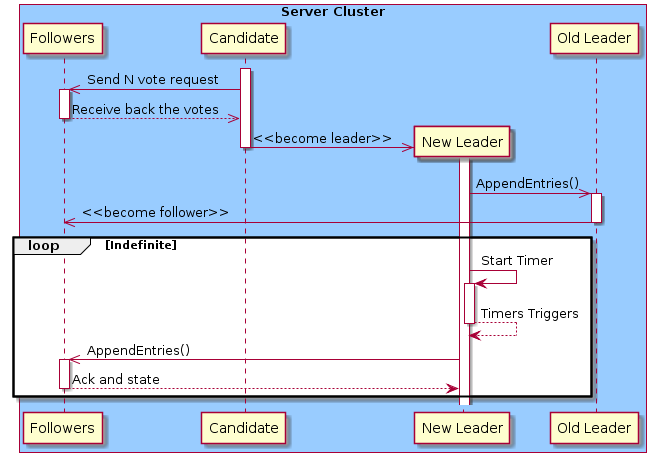
Before: doc/plantuml/rendered/seqDiagrams/LeaderElection.png, a diagram exported from PlantUML (thedevstone/akka-raft).
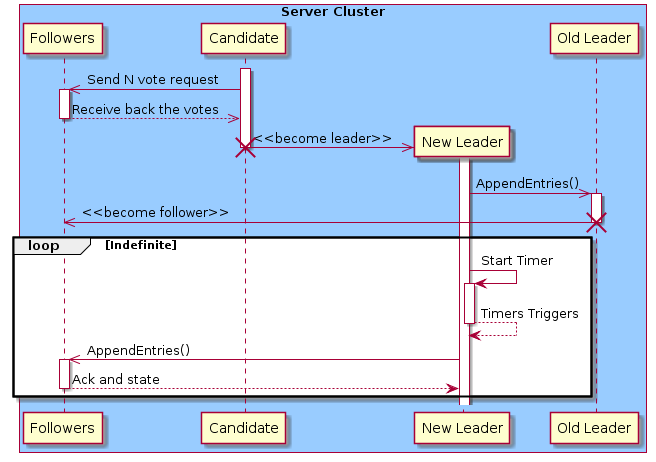
Above is the later version.

Commit message:
Fixed diagram added destroy

What changed in the source:
```diff
@@ -13,12 +13,14 @@
   deactivate Followers
 
   Candidate ->> Leader ** : <<become leader>>
+  destroy Candidate
   deactivate Candidate
   activate Leader
   deactivate Candidate
   Leader ->> OldLeader : AppendEntries()
   activate OldLeader
   OldLeader ->> Followers: <<become follower>>
+  destroy OldLeader
   deactivate OldLeader
 
   loop Indefinite
```
